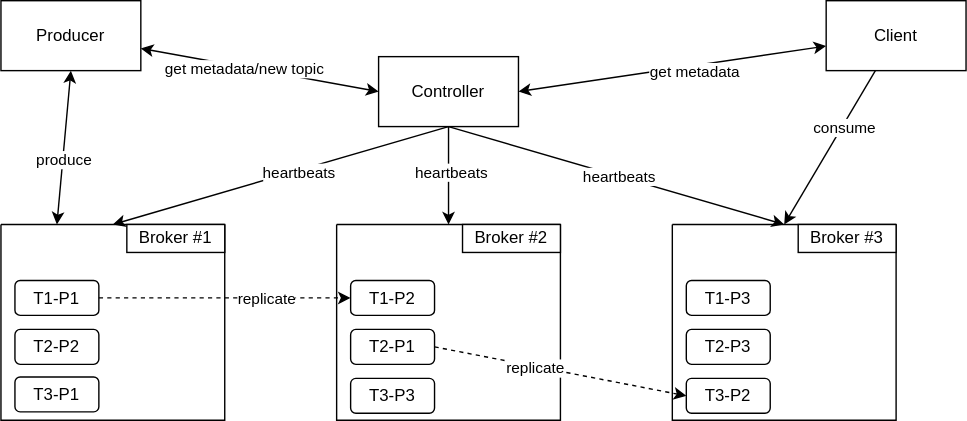
Earlier version of the draw.io export docs/architecture.drawio.svg (cswpy/kueue). Source tidied: cells renumbered, new cells last; positions are measured from the earlier drawing's top-left corner, leaving out a move shared by most shapes. Source of this version:
```xml
<mxGraphModel>
  <root>
    <mxCell id="0" />
    <mxCell id="1" parent="0" />
    <mxCell id="2" style="edgeStyle=none;html=1;exitX=0.5;exitY=1;exitDx=0;exitDy=0;entryX=0.5;entryY=0;entryDx=0;entryDy=0;" parent="1" edge="1" source="8" target="9">
      <mxGeometry relative="1" as="geometry" />
    </mxCell>
    <mxCell id="3" value="heartbeats" style="edgeLabel;html=1;align=center;verticalAlign=middle;" parent="2" vertex="1">
      <mxGeometry x="-0.1" y="1" relative="1" as="geometry" />
    </mxCell>
    <mxCell id="4" style="edgeStyle=none;html=1;exitX=0.5;exitY=1;exitDx=0;exitDy=0;" parent="1" edge="1" source="8" target="14">
      <mxGeometry relative="1" as="geometry" />
    </mxCell>
    <mxCell id="5" value="heartbeats" style="edgeLabel;html=1;align=center;verticalAlign=middle;" parent="4" vertex="1">
      <mxGeometry x="-0.09" y="1" relative="1" as="geometry" />
    </mxCell>
    <mxCell id="6" style="edgeStyle=none;html=1;exitX=0.5;exitY=1;exitDx=0;exitDy=0;entryX=0.5;entryY=0;entryDx=0;entryDy=0;" parent="1" edge="1" source="8" target="19">
      <mxGeometry relative="1" as="geometry" />
    </mxCell>
    <mxCell id="7" value="heartbeats" style="edgeLabel;html=1;align=center;verticalAlign=middle;" parent="6" vertex="1">
      <mxGeometry relative="1" as="geometry">
        <mxPoint x="1" as="offset" />
      </mxGeometry>
    </mxCell>
    <mxCell id="8" value="Controller" style="rounded=0;whiteSpace=wrap;html=1;" parent="1" vertex="1">
      <mxGeometry x="270" y="40" width="100" height="50" as="geometry" />
    </mxCell>
    <mxCell id="9" style="swimlane;startSize=0;" parent="1" vertex="1">
      <mxGeometry y="160" width="160" height="140" as="geometry" />
    </mxCell>
    <mxCell id="10" value="Broker #1" style="rounded=0;whiteSpace=wrap;html=1;" parent="9" vertex="1">
      <mxGeometry x="90" width="70" height="20" as="geometry" />
    </mxCell>
    <mxCell id="11" value="T1-P1" style="rounded=1;whiteSpace=wrap;html=1;" parent="9" vertex="1">
      <mxGeometry x="10" y="40" width="60" height="25" as="geometry" />
    </mxCell>
    <mxCell id="12" value="T2-P2" style="rounded=1;whiteSpace=wrap;html=1;" parent="9" vertex="1">
      <mxGeometry x="10" y="75" width="60" height="25" as="geometry" />
    </mxCell>
    <mxCell id="13" value="T3-P1" style="rounded=1;whiteSpace=wrap;html=1;" parent="9" vertex="1">
      <mxGeometry x="10" y="109" width="60" height="25" as="geometry" />
    </mxCell>
    <mxCell id="14" style="swimlane;startSize=0;" parent="1" vertex="1">
      <mxGeometry x="240" y="160" width="160" height="140" as="geometry" />
    </mxCell>
    <mxCell id="15" value="Broker #2" style="rounded=0;whiteSpace=wrap;html=1;" parent="14" vertex="1">
      <mxGeometry x="90" width="70" height="20" as="geometry" />
    </mxCell>
    <mxCell id="16" value="T1-P2" style="rounded=1;whiteSpace=wrap;html=1;" parent="14" vertex="1">
      <mxGeometry x="10" y="40" width="60" height="25" as="geometry" />
    </mxCell>
    <mxCell id="17" value="T2-P1" style="rounded=1;whiteSpace=wrap;html=1;" parent="14" vertex="1">
      <mxGeometry x="10" y="75" width="60" height="25" as="geometry" />
    </mxCell>
    <mxCell id="18" value="T3-P3" style="rounded=1;whiteSpace=wrap;html=1;" parent="14" vertex="1">
      <mxGeometry x="10" y="110" width="60" height="25" as="geometry" />
    </mxCell>
    <mxCell id="19" style="swimlane;startSize=0;" parent="1" vertex="1">
      <mxGeometry x="480" y="160" width="160" height="140" as="geometry" />
    </mxCell>
    <mxCell id="20" value="Broker #3" style="rounded=0;whiteSpace=wrap;html=1;" parent="19" vertex="1">
      <mxGeometry x="90" width="70" height="20" as="geometry" />
    </mxCell>
    <mxCell id="21" value="T1-P3" style="rounded=1;whiteSpace=wrap;html=1;" parent="19" vertex="1">
      <mxGeometry x="10" y="40" width="60" height="25" as="geometry" />
    </mxCell>
    <mxCell id="22" value="T2-P3" style="rounded=1;whiteSpace=wrap;html=1;" parent="19" vertex="1">
      <mxGeometry x="10" y="75" width="60" height="25" as="geometry" />
    </mxCell>
    <mxCell id="23" value="T3-P2" style="rounded=1;whiteSpace=wrap;html=1;" parent="19" vertex="1">
      <mxGeometry x="10" y="110" width="60" height="25" as="geometry" />
    </mxCell>
    <mxCell id="24" style="edgeStyle=none;html=1;entryX=0;entryY=0.5;entryDx=0;entryDy=0;startArrow=classic;startFill=1;" parent="1" edge="1" source="28" target="8">
      <mxGeometry relative="1" as="geometry" />
    </mxCell>
    <mxCell id="25" value="get metadata/new topic" style="edgeLabel;html=1;align=center;verticalAlign=middle;" parent="24" vertex="1">
      <mxGeometry x="-0.13" y="-1" relative="1" as="geometry" />
    </mxCell>
    <mxCell id="26" style="edgeStyle=none;html=1;exitX=0.5;exitY=1;exitDx=0;exitDy=0;entryX=0.25;entryY=0;entryDx=0;entryDy=0;startArrow=classic;startFill=1;" parent="1" edge="1" source="28" target="9">
      <mxGeometry relative="1" as="geometry" />
    </mxCell>
    <mxCell id="27" value="produce" style="edgeLabel;html=1;align=center;verticalAlign=middle;" parent="26" vertex="1">
      <mxGeometry x="0.16" relative="1" as="geometry" />
    </mxCell>
    <mxCell id="28" value="Producer" style="rounded=0;whiteSpace=wrap;html=1;" parent="1" vertex="1">
      <mxGeometry width="100" height="50" as="geometry" />
    </mxCell>
    <mxCell id="29" style="edgeStyle=none;html=1;entryX=1;entryY=0.5;entryDx=0;entryDy=0;startArrow=classic;startFill=1;" parent="1" edge="1" source="33" target="8">
      <mxGeometry relative="1" as="geometry" />
    </mxCell>
    <mxCell id="30" value="get metadata" style="edgeLabel;html=1;align=center;verticalAlign=middle;" parent="29" vertex="1">
      <mxGeometry x="-0.14" y="4" relative="1" as="geometry" />
    </mxCell>
    <mxCell id="31" style="edgeStyle=none;html=1;entryX=0.5;entryY=0;entryDx=0;entryDy=0;startArrow=none;startFill=0;" parent="1" edge="1" source="33" target="19">
      <mxGeometry relative="1" as="geometry" />
    </mxCell>
    <mxCell id="32" value="consume" style="edgeLabel;html=1;align=center;verticalAlign=middle;" parent="31" vertex="1">
      <mxGeometry x="-0.27" y="1" relative="1" as="geometry" />
    </mxCell>
    <mxCell id="33" value="Client" style="rounded=0;whiteSpace=wrap;html=1;" parent="1" vertex="1">
      <mxGeometry x="590" width="100" height="50" as="geometry" />
    </mxCell>
    <mxCell id="34" style="edgeStyle=none;html=1;exitX=1;exitY=0.5;exitDx=0;exitDy=0;entryX=0;entryY=0.5;entryDx=0;entryDy=0;startArrow=none;startFill=0;dashed=1;" parent="1" edge="1" source="11" target="16">
      <mxGeometry relative="1" as="geometry" />
    </mxCell>
    <mxCell id="35" value="replicate" style="edgeLabel;html=1;align=center;verticalAlign=middle;" parent="34" vertex="1">
      <mxGeometry x="0.32" y="-1" relative="1" as="geometry">
        <mxPoint y="-1" as="offset" />
      </mxGeometry>
    </mxCell>
    <mxCell id="36" style="edgeStyle=none;html=1;exitX=1;exitY=0.5;exitDx=0;exitDy=0;entryX=0;entryY=0.5;entryDx=0;entryDy=0;dashed=1;startArrow=none;startFill=0;" parent="1" edge="1" source="17" target="23">
      <mxGeometry relative="1" as="geometry" />
    </mxCell>
    <mxCell id="37" value="replicate" style="edgeLabel;html=1;align=center;verticalAlign=middle;" parent="36" vertex="1">
      <mxGeometry x="-0.2" y="-1" relative="1" as="geometry" />
    </mxCell>
  </root>
</mxGraphModel>
```
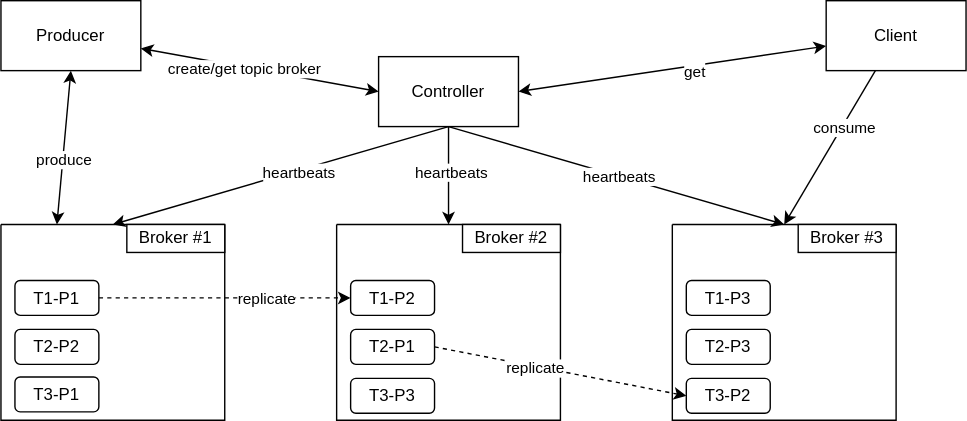
Above is the later version.

Commit message:
Updated architecture diagram; Started grpc spec

What changed in the source:
```diff
@@ -73,7 +73,7 @@
     <mxCell id="24" style="edgeStyle=none;html=1;entryX=0;entryY=0.5;entryDx=0;entryDy=0;startArrow=classic;startFill=1;" parent="1" edge="1" source="28" target="8">
       <mxGeometry relative="1" as="geometry" />
     </mxCell>
-    <mxCell id="25" value="get metadata/new topic" style="edgeLabel;html=1;align=center;verticalAlign=middle;" parent="24" vertex="1">
+    <mxCell id="25" value="create/get topic broker" style="edgeLabel;html=1;align=center;verticalAlign=middle;" parent="24" vertex="1">
       <mxGeometry x="-0.13" y="-1" relative="1" as="geometry" />
     </mxCell>
     <mxCell id="26" style="edgeStyle=none;html=1;exitX=0.5;exitY=1;exitDx=0;exitDy=0;entryX=0.25;entryY=0;entryDx=0;entryDy=0;startArrow=classic;startFill=1;" parent="1" edge="1" source="28" target="9">
@@ -88,7 +88,7 @@
     <mxCell id="29" style="edgeStyle=none;html=1;entryX=1;entryY=0.5;entryDx=0;entryDy=0;startArrow=classic;startFill=1;" parent="1" edge="1" source="33" target="8">
       <mxGeometry relative="1" as="geometry" />
     </mxCell>
-    <mxCell id="30" value="get metadata" style="edgeLabel;html=1;align=center;verticalAlign=middle;" parent="29" vertex="1">
+    <mxCell id="30" value="get" style="edgeLabel;html=1;align=center;verticalAlign=middle;" parent="29" vertex="1">
       <mxGeometry x="-0.14" y="4" relative="1" as="geometry" />
     </mxCell>
     <mxCell id="31" style="edgeStyle=none;html=1;entryX=0.5;entryY=0;entryDx=0;entryDy=0;startArrow=none;startFill=0;" parent="1" edge="1" source="33" target="19">
```
